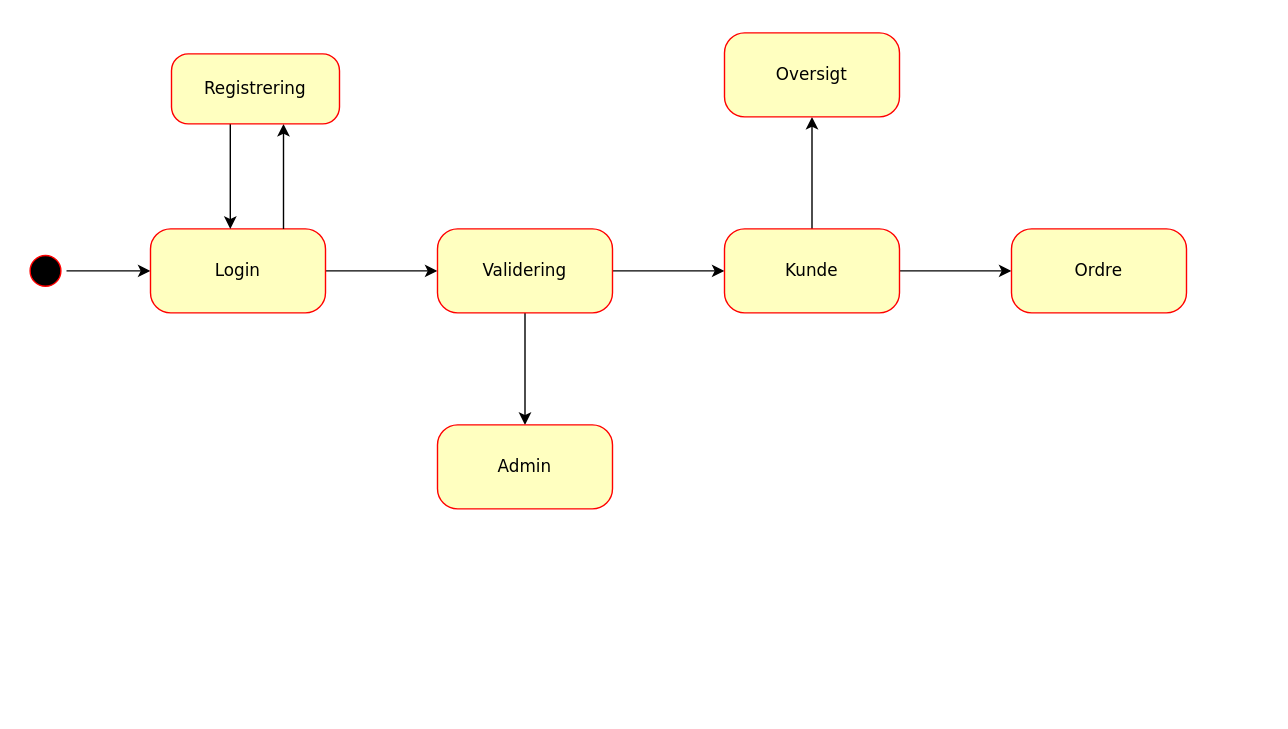
cph-ms782/LegoStore keeps this draw.io diagram as diagrams/LegoStorePresentation.drawio. Above is the earlier version. Source tidied: cells renumbered, new cells numbered last; positions are measured from the earlier drawing's top-left corner, leaving out a move shared by most shapes. Both pictures are drawn from the tidied source at 140%, with x=0, y=0 at pixel (24, 32).
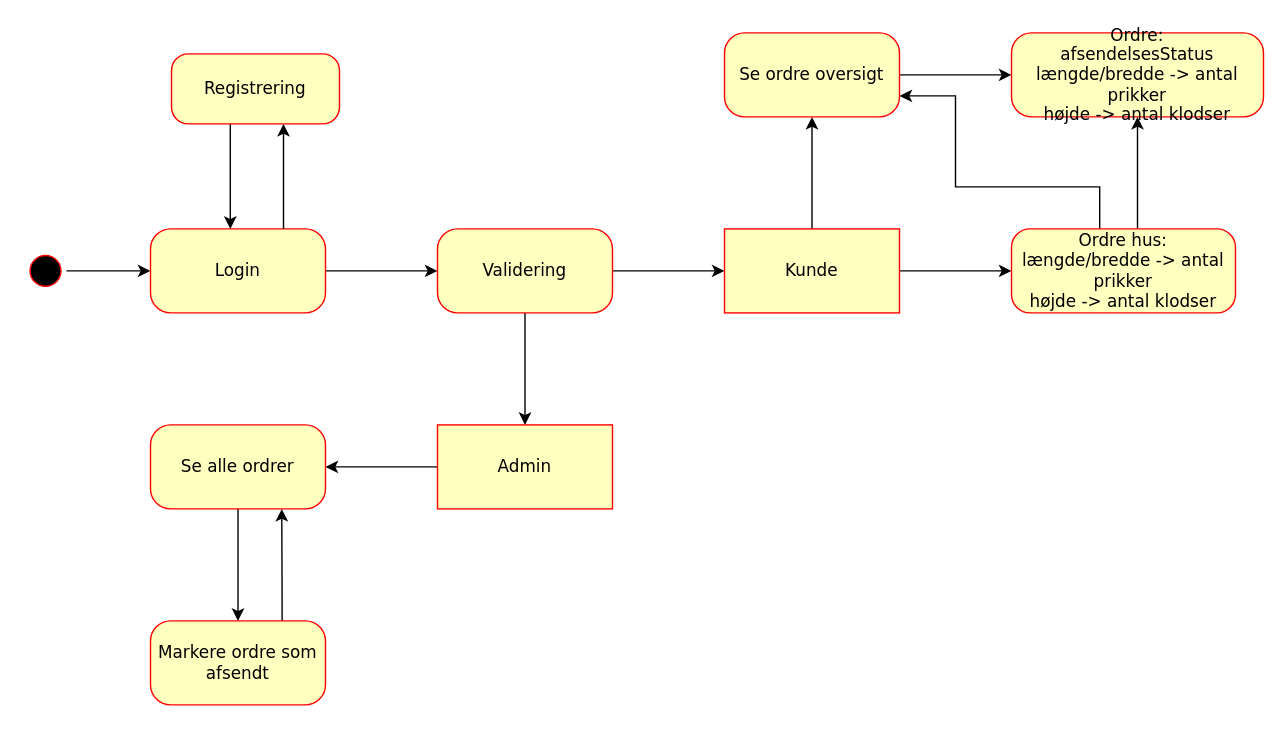
Above is the later version.

The edit, as a diff of the source:
```diff
@@
+    <mxCell id="18" style="edgeStyle=orthogonalEdgeStyle;rounded=0;jettySize=auto;html=1;" parent="1" edge="1" source="9" target="20">
+      <mxGeometry relative="1" as="geometry" />
+    </mxCell>
-    <mxCell id="9" value="Admin" style="rounded=1;whiteSpace=wrap;html=1;arcSize=24;fillColor=#ffffc0;strokeColor=#ff0000;shadow=0;comic=0;labelBackgroundColor=none;fontFamily=Verdana;fontSize=12;fontColor=#000000;align=center;" parent="1" vertex="1">
+    <mxCell id="9" value="Admin" style="rounded=1;whiteSpace=wrap;html=1;arcSize=0;fillColor=#ffffc0;strokeColor=#ff0000;shadow=0;comic=0;labelBackgroundColor=none;fontFamily=Verdana;fontSize=12;fontColor=#000000;align=center;" parent="1" vertex="1">
       <mxGeometry x="295" y="280" width="125" height="60" as="geometry" />
     </mxCell>
+    <mxCell id="19" style="edgeStyle=orthogonalEdgeStyle;rounded=0;jettySize=auto;html=1;" parent="1" edge="1" source="20" target="22">
+      <mxGeometry relative="1" as="geometry" />
+    </mxCell>
+    <mxCell id="20" value="Se alle ordrer" style="rounded=1;whiteSpace=wrap;html=1;arcSize=24;fillColor=#ffffc0;strokeColor=#ff0000;shadow=0;comic=0;labelBackgroundColor=none;fontFamily=Verdana;fontSize=12;fontColor=#000000;align=center;" parent="1" vertex="1">
+      <mxGeometry x="90" y="280" width="125" height="60" as="geometry" />
+    </mxCell>
+    <mxCell id="21" style="edgeStyle=orthogonalEdgeStyle;rounded=0;jettySize=auto;html=1;entryX=0.75;entryY=1;entryDx=0;entryDy=0;" parent="1" edge="1" source="22" target="20">
+      <mxGeometry relative="1" as="geometry">
+        <Array as="points">
+          <mxPoint x="184" y="400" />
+          <mxPoint x="184" y="400" />
+        </Array>
+      </mxGeometry>
+    </mxCell>
+    <mxCell id="22" value="Markere ordre som afsendt" style="rounded=1;whiteSpace=wrap;html=1;arcSize=24;fillColor=#ffffc0;strokeColor=#ff0000;shadow=0;comic=0;labelBackgroundColor=none;fontFamily=Verdana;fontSize=12;fontColor=#000000;align=center;" parent="1" vertex="1">
+      <mxGeometry x="90" y="420" width="125" height="60" as="geometry" />
+    </mxCell>
@@
-    <mxCell id="12" value="Kunde" style="rounded=1;whiteSpace=wrap;html=1;arcSize=24;fillColor=#ffffc0;strokeColor=#ff0000;shadow=0;comic=0;labelBackgroundColor=none;fontFamily=Verdana;fontSize=12;fontColor=#000000;align=center;" parent="1" vertex="1">
+    <mxCell id="12" value="Kunde" style="rounded=1;whiteSpace=wrap;html=1;arcSize=0;fillColor=#ffffc0;strokeColor=#ff0000;shadow=0;comic=0;labelBackgroundColor=none;fontFamily=Verdana;fontSize=12;fontColor=#000000;align=center;" parent="1" vertex="1">
       <mxGeometry x="500" y="140" width="125" height="60" as="geometry" />
     </mxCell>
+    <mxCell id="23" style="edgeStyle=orthogonalEdgeStyle;rounded=0;jettySize=auto;html=1;" parent="1" edge="1" source="13" target="24">
+      <mxGeometry relative="1" as="geometry" />
+    </mxCell>
-    <mxCell id="13" value="Oversigt" style="rounded=1;whiteSpace=wrap;html=1;arcSize=24;fillColor=#ffffc0;strokeColor=#ff0000;shadow=0;comic=0;labelBackgroundColor=none;fontFamily=Verdana;fontSize=12;fontColor=#000000;align=center;" parent="1" vertex="1">
+    <mxCell id="13" value="Se ordre oversigt" style="rounded=1;whiteSpace=wrap;html=1;arcSize=24;fillColor=#ffffc0;strokeColor=#ff0000;shadow=0;comic=0;labelBackgroundColor=none;fontFamily=Verdana;fontSize=12;fontColor=#000000;align=center;" parent="1" vertex="1">
       <mxGeometry x="500" width="125" height="60" as="geometry" />
     </mxCell>
+    <mxCell id="24" value="Ordre:&lt;br&gt;afsendelsesStatus&lt;br&gt;længde/bredde -&amp;gt; antal prikker&lt;br&gt;højde -&amp;gt; antal klodser&lt;br&gt;" style="rounded=1;whiteSpace=wrap;html=1;arcSize=24;fillColor=#ffffc0;strokeColor=#ff0000;shadow=0;comic=0;labelBackgroundColor=none;fontFamily=Verdana;fontSize=12;fontColor=#000000;align=center;" parent="1" vertex="1">
+      <mxGeometry x="705" width="180" height="60" as="geometry" />
+    </mxCell>
+    <mxCell id="25" style="edgeStyle=orthogonalEdgeStyle;rounded=0;jettySize=auto;html=1;entryX=1;entryY=0.75;entryDx=0;entryDy=0;" parent="1" edge="1" source="14" target="13">
+      <mxGeometry relative="1" as="geometry">
+        <Array as="points">
+          <mxPoint x="768" y="110" />
+          <mxPoint x="665" y="110" />
+          <mxPoint x="665" y="45" />
+        </Array>
+      </mxGeometry>
+    </mxCell>
+    <mxCell id="26" style="edgeStyle=orthogonalEdgeStyle;rounded=0;jettySize=auto;html=1;" parent="1" edge="1" source="14" target="24">
+      <mxGeometry relative="1" as="geometry">
+        <Array as="points">
+          <mxPoint x="795" y="100" />
+          <mxPoint x="795" y="100" />
+        </Array>
+      </mxGeometry>
+    </mxCell>
-    <mxCell id="14" value="Ordre" style="rounded=1;whiteSpace=wrap;html=1;arcSize=24;fillColor=#ffffc0;strokeColor=#ff0000;shadow=0;comic=0;labelBackgroundColor=none;fontFamily=Verdana;fontSize=12;fontColor=#000000;align=center;" parent="1" vertex="1">
-      <mxGeometry x="705" y="140" width="125" height="60" as="geometry" />
+    <mxCell id="14" value="Ordre hus:&lt;br&gt;længde/bredde -&amp;gt; antal prikker&lt;br&gt;højde -&amp;gt; antal klodser&lt;br&gt;" style="rounded=1;whiteSpace=wrap;html=1;arcSize=22;fillColor=#ffffc0;strokeColor=#ff0000;shadow=0;comic=0;labelBackgroundColor=none;fontFamily=Verdana;fontSize=12;fontColor=#000000;align=center;" parent="1" vertex="1">
+      <mxGeometry x="705" y="140" width="160" height="60" as="geometry" />
     </mxCell>
```
